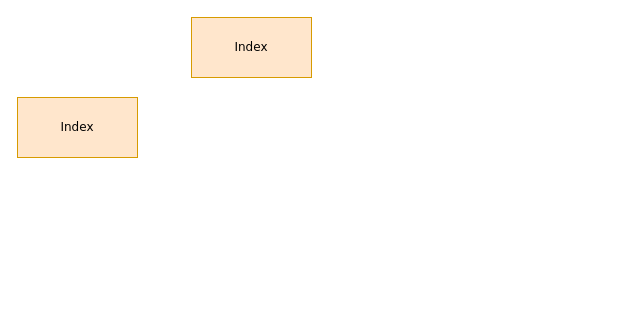
Before: Untitled Diagram.drawio in Johan-MG/Proyecto-kaanban, a draw.io diagram. Source tidied: cells renumbered, new cells numbered last; positions are measured from the earlier drawing's top-left corner, leaving out a move shared by most shapes. Both pictures are drawn from the tidied source at 100%, with x=0, y=0 at pixel (17, 17).
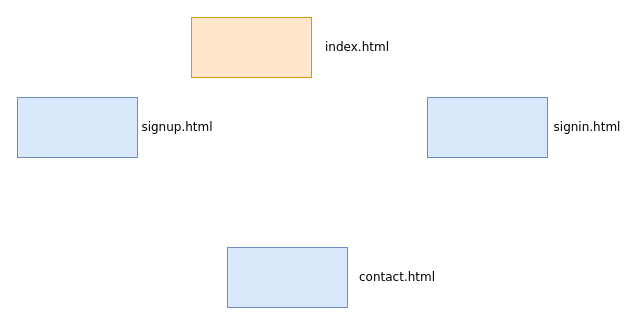
After the change.

Commit message:
páginas ligadas a contact

What changed in the source:
```diff
@@
 <mxGraphModel>
   <root>
     <mxCell id="0" />
     <mxCell id="1" parent="0" />
-    <mxCell id="2" value="Index" style="rounded=0;whiteSpace=wrap;html=1;fontFamily=Verdana;fillColor=#ffe6cc;strokeColor=#d79b00;" parent="1" vertex="1">
+    <mxCell id="2" style="rounded=0;whiteSpace=wrap;html=1;fontFamily=Verdana;fillColor=#ffe6cc;strokeColor=#d79b00;" parent="1" vertex="1">
       <mxGeometry x="174" width="120" height="60" as="geometry" />
     </mxCell>
-    <mxCell id="3" value="Index" style="rounded=0;whiteSpace=wrap;html=1;fontFamily=Verdana;fillColor=#ffe6cc;strokeColor=#d79b00;" parent="1" vertex="1">
+    <mxCell id="3" style="rounded=0;whiteSpace=wrap;html=1;fontFamily=Verdana;fillColor=#dae8fc;strokeColor=#6c8ebf;" parent="1" vertex="1">
       <mxGeometry y="80" width="120" height="60" as="geometry" />
     </mxCell>
+    <mxCell id="4" style="rounded=0;whiteSpace=wrap;html=1;fontFamily=Verdana;fillColor=#dae8fc;strokeColor=#6c8ebf;" parent="1" vertex="1">
+      <mxGeometry x="410" y="80" width="120" height="60" as="geometry" />
+    </mxCell>
+    <mxCell id="5" value="index.html" style="text;html=1;strokeColor=none;fillColor=none;align=center;verticalAlign=middle;whiteSpace=wrap;rounded=0;fontFamily=Verdana;" parent="1" vertex="1">
+      <mxGeometry x="320" y="20" width="40" height="20" as="geometry" />
+    </mxCell>
+    <mxCell id="6" value="signup.html" style="text;html=1;strokeColor=none;fillColor=none;align=center;verticalAlign=middle;whiteSpace=wrap;rounded=0;fontFamily=Verdana;" parent="1" vertex="1">
+      <mxGeometry x="140" y="100" width="40" height="20" as="geometry" />
+    </mxCell>
+    <mxCell id="7" value="signin.html" style="text;html=1;strokeColor=none;fillColor=none;align=center;verticalAlign=middle;whiteSpace=wrap;rounded=0;fontFamily=Verdana;" parent="1" vertex="1">
+      <mxGeometry x="550" y="100" width="40" height="20" as="geometry" />
+    </mxCell>
+    <mxCell id="8" style="rounded=0;whiteSpace=wrap;html=1;fontFamily=Verdana;fillColor=#dae8fc;strokeColor=#6c8ebf;" parent="1" vertex="1">
+      <mxGeometry x="210" y="230" width="120" height="60" as="geometry" />
+    </mxCell>
+    <mxCell id="9" value="contact.html" style="text;html=1;strokeColor=none;fillColor=none;align=center;verticalAlign=middle;whiteSpace=wrap;rounded=0;fontFamily=Verdana;" parent="1" vertex="1">
+      <mxGeometry x="360" y="250" width="40" height="20" as="geometry" />
+    </mxCell>
   </root>
 </mxGraphModel>
```
